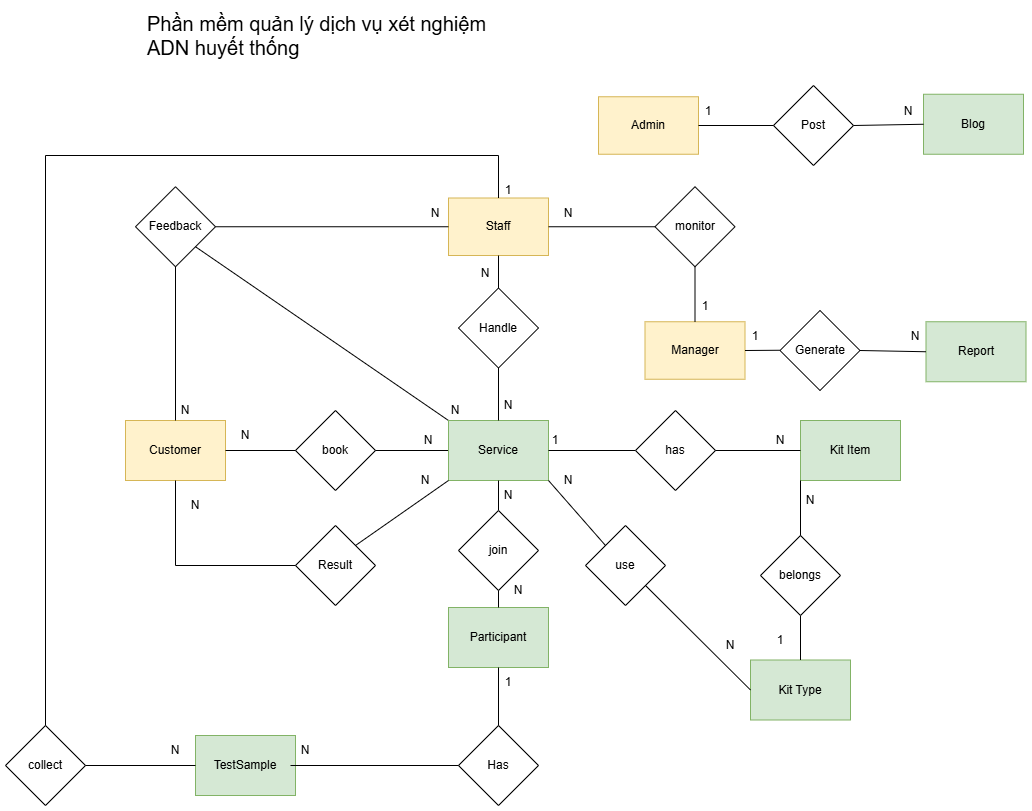
The draw.io diagram ER_SWP391.drawio.png in HuyDev123/SWP391_Team-5, before a commit. Source tidied: cells renumbered, new cells last; positions are measured from the earlier drawing's top-left corner, leaving out a move shared by most shapes. Source of this version:
```xml
<mxGraphModel>
  <root>
    <mxCell id="0" />
    <mxCell id="1" parent="0" />
    <mxCell id="2" value="Customer" style="rounded=0;whiteSpace=wrap;html=1;fillColor=#fff2cc;strokeColor=#d6b656;" parent="1" vertex="1">
      <mxGeometry x="120" y="415" width="100" height="60" as="geometry" />
    </mxCell>
    <mxCell id="3" value="Staff" style="rounded=0;whiteSpace=wrap;html=1;fillColor=#fff2cc;strokeColor=#d6b656;" parent="1" vertex="1">
      <mxGeometry x="443" y="192.5" width="100" height="57.5" as="geometry" />
    </mxCell>
    <mxCell id="4" style="edgeStyle=orthogonalEdgeStyle;rounded=0;orthogonalLoop=1;jettySize=auto;html=1;exitX=0.5;exitY=1;exitDx=0;exitDy=0;" parent="1" edge="1">
      <mxGeometry relative="1" as="geometry">
        <mxPoint x="436" y="679.5" as="sourcePoint" />
        <mxPoint x="436" y="679.5" as="targetPoint" />
      </mxGeometry>
    </mxCell>
    <mxCell id="5" value="book" style="rhombus;whiteSpace=wrap;html=1;" parent="1" vertex="1">
      <mxGeometry x="290" y="405" width="80" height="80" as="geometry" />
    </mxCell>
    <mxCell id="6" value="Result" style="rhombus;whiteSpace=wrap;html=1;" parent="1" vertex="1">
      <mxGeometry x="290" y="520" width="80" height="80" as="geometry" />
    </mxCell>
    <mxCell id="7" style="endArrow=none;html=1;rounded=0;exitX=1;exitY=0.5;exitDx=0;exitDy=0;entryX=0;entryY=0.5;entryDx=0;entryDy=0;" parent="1" edge="1" source="2" target="5">
      <mxGeometry relative="1" as="geometry" />
    </mxCell>
    <mxCell id="8" style="endArrow=none;html=1;rounded=0;exitX=1;exitY=0.5;exitDx=0;exitDy=0;entryX=0;entryY=0.5;entryDx=0;entryDy=0;" parent="1" edge="1" source="5" target="23">
      <mxGeometry relative="1" as="geometry" />
    </mxCell>
    <mxCell id="9" value="N" style="text;html=1;align=center;verticalAlign=middle;whiteSpace=wrap;rounded=0;" parent="1" vertex="1">
      <mxGeometry x="210" y="415" width="60" height="30" as="geometry" />
    </mxCell>
    <mxCell id="10" value="N" style="text;html=1;align=center;verticalAlign=middle;whiteSpace=wrap;rounded=0;" parent="1" vertex="1">
      <mxGeometry x="393" y="420" width="60" height="30" as="geometry" />
    </mxCell>
    <mxCell id="11" value="Handle" style="rhombus;whiteSpace=wrap;html=1;" parent="1" vertex="1">
      <mxGeometry x="453" y="282.5" width="80" height="80" as="geometry" />
    </mxCell>
    <mxCell id="12" style="endArrow=none;html=1;rounded=0;entryX=0.5;entryY=1;entryDx=0;entryDy=0;" parent="1" edge="1" source="11" target="3">
      <mxGeometry relative="1" as="geometry" />
    </mxCell>
    <mxCell id="13" value="N" style="text;html=1;align=center;verticalAlign=middle;whiteSpace=wrap;rounded=0;" parent="1" vertex="1">
      <mxGeometry x="450" y="252.5" width="60" height="30" as="geometry" />
    </mxCell>
    <mxCell id="14" value="Kit Item" style="rounded=0;whiteSpace=wrap;html=1;fillColor=#d5e8d4;strokeColor=#82b366;" parent="1" vertex="1">
      <mxGeometry x="795" y="415" width="100" height="60" as="geometry" />
    </mxCell>
    <mxCell id="15" value="N" style="text;html=1;align=center;verticalAlign=middle;whiteSpace=wrap;rounded=0;" parent="1" vertex="1">
      <mxGeometry x="745" y="420" width="60" height="30" as="geometry" />
    </mxCell>
    <mxCell id="16" value="Feedback" style="rhombus;whiteSpace=wrap;html=1;" parent="1" vertex="1">
      <mxGeometry x="130" y="181.2" width="80" height="80" as="geometry" />
    </mxCell>
    <mxCell id="17" style="endArrow=none;html=1;rounded=0;exitX=0.5;exitY=0;exitDx=0;exitDy=0;entryX=0.5;entryY=1;entryDx=0;entryDy=0;" parent="1" edge="1" source="2" target="16">
      <mxGeometry relative="1" as="geometry" />
    </mxCell>
    <mxCell id="18" style="endArrow=none;html=1;rounded=0;exitX=1;exitY=0.5;exitDx=0;exitDy=0;entryX=0;entryY=0.5;entryDx=0;entryDy=0;" parent="1" edge="1" source="16" target="3">
      <mxGeometry relative="1" as="geometry" />
    </mxCell>
    <mxCell id="19" style="endArrow=none;html=1;rounded=0;entryX=1;entryY=1;entryDx=0;entryDy=0;exitX=0;exitY=0;exitDx=0;exitDy=0;" parent="1" edge="1" source="23" target="16">
      <mxGeometry relative="1" as="geometry" />
    </mxCell>
    <mxCell id="20" value="N" style="text;html=1;align=center;verticalAlign=middle;whiteSpace=wrap;rounded=0;" parent="1" vertex="1">
      <mxGeometry x="150" y="390" width="60" height="30" as="geometry" />
    </mxCell>
    <mxCell id="21" value="N" style="text;html=1;align=center;verticalAlign=middle;whiteSpace=wrap;rounded=0;" parent="1" vertex="1">
      <mxGeometry x="420" y="390" width="60" height="30" as="geometry" />
    </mxCell>
    <mxCell id="22" value="N" style="text;html=1;align=center;verticalAlign=middle;whiteSpace=wrap;rounded=0;" parent="1" vertex="1">
      <mxGeometry x="400" y="192.5" width="60" height="30" as="geometry" />
    </mxCell>
    <mxCell id="23" value="Service" style="rounded=0;whiteSpace=wrap;html=1;fillColor=#d5e8d4;strokeColor=#82b366;" parent="1" vertex="1">
      <mxGeometry x="443" y="415" width="100" height="60" as="geometry" />
    </mxCell>
    <mxCell id="24" value="TestSample" style="rounded=0;whiteSpace=wrap;html=1;fillColor=#d5e8d4;strokeColor=#82b366;" parent="1" vertex="1">
      <mxGeometry x="190" y="730" width="100" height="60" as="geometry" />
    </mxCell>
    <mxCell id="25" value="Has" style="rhombus;whiteSpace=wrap;html=1;" parent="1" vertex="1">
      <mxGeometry x="453" y="720" width="80" height="80" as="geometry" />
    </mxCell>
    <mxCell id="26" style="endArrow=none;html=1;rounded=0;exitX=0;exitY=0.5;exitDx=0;exitDy=0;entryX=0.25;entryY=1;entryDx=0;entryDy=0;" parent="1" edge="1" source="25" target="60">
      <mxGeometry relative="1" as="geometry" />
    </mxCell>
    <mxCell id="27" value="1" style="text;html=1;align=center;verticalAlign=middle;whiteSpace=wrap;rounded=0;" parent="1" vertex="1">
      <mxGeometry x="473" y="662" width="60" height="30" as="geometry" />
    </mxCell>
    <mxCell id="28" value="N" style="text;html=1;align=center;verticalAlign=middle;whiteSpace=wrap;rounded=0;" parent="1" vertex="1">
      <mxGeometry x="533" y="460" width="60" height="30" as="geometry" />
    </mxCell>
    <mxCell id="29" value="Phần mềm quản lý dịch vụ xét nghiệm ADN huyết thống" style="text;whiteSpace=wrap;fontSize=20;" parent="1" vertex="1">
      <mxGeometry x="140" width="360" height="30" as="geometry" />
    </mxCell>
    <mxCell id="30" value="Kit Type" style="rounded=0;whiteSpace=wrap;html=1;fillColor=#d5e8d4;strokeColor=#82b366;" parent="1" vertex="1">
      <mxGeometry x="745" y="654.5" width="100" height="60" as="geometry" />
    </mxCell>
    <mxCell id="31" style="endArrow=none;html=1;rounded=0;entryX=0;entryY=0;entryDx=0;entryDy=0;exitX=1;exitY=1;exitDx=0;exitDy=0;" parent="1" edge="1" source="23" target="32">
      <mxGeometry relative="1" as="geometry" />
    </mxCell>
    <mxCell id="32" value="use" style="rhombus;whiteSpace=wrap;html=1;" parent="1" vertex="1">
      <mxGeometry x="580" y="520" width="80" height="80" as="geometry" />
    </mxCell>
    <mxCell id="33" style="endArrow=none;html=1;rounded=0;entryX=1;entryY=1;entryDx=0;entryDy=0;exitX=0;exitY=0.5;exitDx=0;exitDy=0;" parent="1" edge="1" source="30" target="32">
      <mxGeometry relative="1" as="geometry" />
    </mxCell>
    <mxCell id="34" value="N" style="text;html=1;align=center;verticalAlign=middle;whiteSpace=wrap;rounded=0;" parent="1" vertex="1">
      <mxGeometry x="695" y="624.5" width="60" height="30" as="geometry" />
    </mxCell>
    <mxCell id="35" style="endArrow=none;html=1;rounded=0;exitX=0.5;exitY=0;exitDx=0;exitDy=0;entryX=0.5;entryY=1;entryDx=0;entryDy=0;" parent="1" edge="1" source="30" target="36">
      <mxGeometry relative="1" as="geometry" />
    </mxCell>
    <mxCell id="36" value="belongs" style="rhombus;whiteSpace=wrap;html=1;" parent="1" vertex="1">
      <mxGeometry x="755" y="530" width="80" height="80" as="geometry" />
    </mxCell>
    <mxCell id="37" style="endArrow=none;html=1;rounded=0;exitX=0.5;exitY=0;exitDx=0;exitDy=0;entryX=0;entryY=1;entryDx=0;entryDy=0;" parent="1" edge="1" source="36" target="14">
      <mxGeometry relative="1" as="geometry" />
    </mxCell>
    <mxCell id="38" value="N" style="text;html=1;align=center;verticalAlign=middle;whiteSpace=wrap;rounded=0;" parent="1" vertex="1">
      <mxGeometry x="775" y="480" width="60" height="30" as="geometry" />
    </mxCell>
    <mxCell id="39" value="1" style="text;html=1;align=center;verticalAlign=middle;whiteSpace=wrap;rounded=0;" parent="1" vertex="1">
      <mxGeometry x="745" y="620" width="60" height="30" as="geometry" />
    </mxCell>
    <mxCell id="40" value="Participant" style="rounded=0;whiteSpace=wrap;html=1;fillColor=#d5e8d4;strokeColor=#82b366;" parent="1" vertex="1">
      <mxGeometry x="443" y="602" width="100" height="60" as="geometry" />
    </mxCell>
    <mxCell id="41" style="endArrow=none;html=1;rounded=0;exitX=0.5;exitY=0;exitDx=0;exitDy=0;entryX=0.5;entryY=1;entryDx=0;entryDy=0;" parent="1" edge="1" source="80" target="23">
      <mxGeometry relative="1" as="geometry" />
    </mxCell>
    <mxCell id="42" value="N" style="text;html=1;align=center;verticalAlign=middle;whiteSpace=wrap;rounded=0;" parent="1" vertex="1">
      <mxGeometry x="483" y="570" width="60" height="30" as="geometry" />
    </mxCell>
    <mxCell id="43" style="endArrow=none;html=1;rounded=0;exitX=0.5;exitY=0;exitDx=0;exitDy=0;entryX=0.5;entryY=1;entryDx=0;entryDy=0;" parent="1" edge="1" source="25" target="40">
      <mxGeometry relative="1" as="geometry" />
    </mxCell>
    <mxCell id="44" value="Manager" style="rounded=0;whiteSpace=wrap;html=1;fillColor=#fff2cc;strokeColor=#d6b656;" parent="1" vertex="1">
      <mxGeometry x="639.5" y="316.2" width="100" height="57.5" as="geometry" />
    </mxCell>
    <mxCell id="45" style="endArrow=none;html=1;rounded=0;entryX=1;entryY=0.5;entryDx=0;entryDy=0;" parent="1" edge="1" target="44">
      <mxGeometry relative="1" as="geometry">
        <mxPoint x="774.5" y="344.8" as="sourcePoint" />
      </mxGeometry>
    </mxCell>
    <mxCell id="46" value="Generate" style="rhombus;whiteSpace=wrap;html=1;" parent="1" vertex="1">
      <mxGeometry x="774.5" y="305" width="80" height="80" as="geometry" />
    </mxCell>
    <mxCell id="47" value="Report" style="rounded=0;whiteSpace=wrap;html=1;fillColor=#d5e8d4;strokeColor=#82b366;" parent="1" vertex="1">
      <mxGeometry x="920.5" y="316.2" width="100" height="60" as="geometry" />
    </mxCell>
    <mxCell id="48" style="endArrow=none;html=1;rounded=0;entryX=1;entryY=0.5;entryDx=0;entryDy=0;exitX=0;exitY=0.5;exitDx=0;exitDy=0;" parent="1" edge="1" source="47" target="46">
      <mxGeometry relative="1" as="geometry" />
    </mxCell>
    <mxCell id="49" value="1" style="text;html=1;align=center;verticalAlign=middle;whiteSpace=wrap;rounded=0;" parent="1" vertex="1">
      <mxGeometry x="719.5" y="316.2" width="60" height="30" as="geometry" />
    </mxCell>
    <mxCell id="50" value="N" style="text;html=1;align=center;verticalAlign=middle;whiteSpace=wrap;rounded=0;" parent="1" vertex="1">
      <mxGeometry x="880" y="316.2" width="60" height="30" as="geometry" />
    </mxCell>
    <mxCell id="51" value="Admin" style="rounded=0;whiteSpace=wrap;html=1;fillColor=#fff2cc;strokeColor=#d6b656;" parent="1" vertex="1">
      <mxGeometry x="593" y="91.2" width="100" height="57.5" as="geometry" />
    </mxCell>
    <mxCell id="52" value="Blog" style="rounded=0;whiteSpace=wrap;html=1;fillColor=#d5e8d4;strokeColor=#82b366;" parent="1" vertex="1">
      <mxGeometry x="918" y="88.8" width="100" height="60" as="geometry" />
    </mxCell>
    <mxCell id="53" value="Post" style="rhombus;whiteSpace=wrap;html=1;" parent="1" vertex="1">
      <mxGeometry x="768" y="80" width="80" height="80" as="geometry" />
    </mxCell>
    <mxCell id="54" style="endArrow=none;html=1;rounded=0;entryX=1;entryY=0.5;entryDx=0;entryDy=0;exitX=0;exitY=0.5;exitDx=0;exitDy=0;" parent="1" edge="1" source="53" target="51">
      <mxGeometry relative="1" as="geometry" />
    </mxCell>
    <mxCell id="55" style="endArrow=none;html=1;rounded=0;exitX=0;exitY=0.5;exitDx=0;exitDy=0;entryX=1;entryY=0.5;entryDx=0;entryDy=0;" parent="1" edge="1" source="52" target="53">
      <mxGeometry relative="1" as="geometry" />
    </mxCell>
    <mxCell id="56" value="1" style="text;html=1;align=center;verticalAlign=middle;whiteSpace=wrap;rounded=0;" parent="1" vertex="1">
      <mxGeometry x="673" y="91.2" width="60" height="30" as="geometry" />
    </mxCell>
    <mxCell id="57" value="N" style="text;html=1;align=center;verticalAlign=middle;whiteSpace=wrap;rounded=0;" parent="1" vertex="1">
      <mxGeometry x="873" y="91.2" width="60" height="30" as="geometry" />
    </mxCell>
    <mxCell id="58" style="endArrow=none;html=1;rounded=0;entryX=0;entryY=0.5;entryDx=0;entryDy=0;exitX=1;exitY=0.5;exitDx=0;exitDy=0;" parent="1" edge="1" source="23" target="59">
      <mxGeometry relative="1" as="geometry" />
    </mxCell>
    <mxCell id="59" value="has" style="rhombus;whiteSpace=wrap;html=1;" parent="1" vertex="1">
      <mxGeometry x="630" y="405" width="80" height="80" as="geometry" />
    </mxCell>
    <mxCell id="60" value="N" style="text;html=1;align=center;verticalAlign=middle;whiteSpace=wrap;rounded=0;" parent="1" vertex="1">
      <mxGeometry x="270" y="730" width="60" height="30" as="geometry" />
    </mxCell>
    <mxCell id="61" style="endArrow=none;html=1;rounded=0;entryX=0.5;entryY=0;entryDx=0;entryDy=0;exitX=0.5;exitY=1;exitDx=0;exitDy=0;" parent="1" edge="1" source="11" target="23">
      <mxGeometry relative="1" as="geometry" />
    </mxCell>
    <mxCell id="62" style="endArrow=none;html=1;rounded=0;entryX=1;entryY=0.5;entryDx=0;entryDy=0;exitX=0;exitY=0.5;exitDx=0;exitDy=0;" parent="1" edge="1" source="14" target="59">
      <mxGeometry relative="1" as="geometry" />
    </mxCell>
    <mxCell id="63" value="1" style="text;html=1;align=center;verticalAlign=middle;whiteSpace=wrap;rounded=0;" parent="1" vertex="1">
      <mxGeometry x="520" y="420" width="60" height="30" as="geometry" />
    </mxCell>
    <mxCell id="64" value="N" style="text;html=1;align=center;verticalAlign=middle;whiteSpace=wrap;rounded=0;" parent="1" vertex="1">
      <mxGeometry x="473" y="385" width="60" height="30" as="geometry" />
    </mxCell>
    <mxCell id="65" style="endArrow=none;html=1;rounded=0;entryX=1;entryY=0;entryDx=0;entryDy=0;exitX=0;exitY=1;exitDx=0;exitDy=0;" parent="1" edge="1" source="23" target="6">
      <mxGeometry relative="1" as="geometry" />
    </mxCell>
    <mxCell id="66" style="endArrow=none;html=1;rounded=0;entryX=0;entryY=0.5;entryDx=0;entryDy=0;exitX=0.5;exitY=1;exitDx=0;exitDy=0;" parent="1" edge="1" source="2" target="6">
      <mxGeometry relative="1" as="geometry">
        <Array as="points">
          <mxPoint x="170" y="560" />
        </Array>
      </mxGeometry>
    </mxCell>
    <mxCell id="67" value="N" style="text;html=1;align=center;verticalAlign=middle;whiteSpace=wrap;rounded=0;" parent="1" vertex="1">
      <mxGeometry x="160" y="485" width="60" height="30" as="geometry" />
    </mxCell>
    <mxCell id="68" value="N" style="text;html=1;align=center;verticalAlign=middle;whiteSpace=wrap;rounded=0;" parent="1" vertex="1">
      <mxGeometry x="390" y="460" width="60" height="30" as="geometry" />
    </mxCell>
    <mxCell id="69" style="endArrow=none;html=1;rounded=0;entryX=1;entryY=0.5;entryDx=0;entryDy=0;exitX=0;exitY=0.5;exitDx=0;exitDy=0;" parent="1" edge="1" source="70" target="3">
      <mxGeometry relative="1" as="geometry" />
    </mxCell>
    <mxCell id="70" value="monitor" style="rhombus;whiteSpace=wrap;html=1;" parent="1" vertex="1">
      <mxGeometry x="649.5" y="181.2" width="80" height="80" as="geometry" />
    </mxCell>
    <mxCell id="71" style="endArrow=none;html=1;rounded=0;entryX=0.5;entryY=1;entryDx=0;entryDy=0;exitX=0.5;exitY=0;exitDx=0;exitDy=0;" parent="1" edge="1" source="44" target="70">
      <mxGeometry relative="1" as="geometry" />
    </mxCell>
    <mxCell id="72" value="N" style="text;html=1;align=center;verticalAlign=middle;whiteSpace=wrap;rounded=0;" parent="1" vertex="1">
      <mxGeometry x="533" y="192.5" width="60" height="30" as="geometry" />
    </mxCell>
    <mxCell id="73" value="1" style="text;html=1;align=center;verticalAlign=middle;whiteSpace=wrap;rounded=0;" parent="1" vertex="1">
      <mxGeometry x="669.5" y="286.2" width="60" height="30" as="geometry" />
    </mxCell>
    <mxCell id="74" value="collect" style="rhombus;whiteSpace=wrap;html=1;" parent="1" vertex="1">
      <mxGeometry y="720" width="80" height="80" as="geometry" />
    </mxCell>
    <mxCell id="75" style="endArrow=none;html=1;rounded=0;entryX=0.5;entryY=0;entryDx=0;entryDy=0;exitX=0.5;exitY=0;exitDx=0;exitDy=0;" parent="1" edge="1" source="74" target="3">
      <mxGeometry relative="1" as="geometry">
        <Array as="points">
          <mxPoint x="40" y="150" />
          <mxPoint x="493" y="150" />
        </Array>
      </mxGeometry>
    </mxCell>
    <mxCell id="76" value="1" style="text;html=1;align=center;verticalAlign=middle;whiteSpace=wrap;rounded=0;" parent="1" vertex="1">
      <mxGeometry x="473" y="170" width="60" height="30" as="geometry" />
    </mxCell>
    <mxCell id="77" style="endArrow=none;html=1;rounded=0;exitX=1;exitY=0.5;exitDx=0;exitDy=0;entryX=0;entryY=0.5;entryDx=0;entryDy=0;" parent="1" edge="1" source="74" target="24">
      <mxGeometry relative="1" as="geometry" />
    </mxCell>
    <mxCell id="78" value="N" style="text;html=1;align=center;verticalAlign=middle;whiteSpace=wrap;rounded=0;" parent="1" vertex="1">
      <mxGeometry x="140" y="730" width="60" height="30" as="geometry" />
    </mxCell>
    <mxCell id="79" value="N" style="text;html=1;align=center;verticalAlign=middle;whiteSpace=wrap;rounded=0;" parent="1" vertex="1">
      <mxGeometry x="473" y="475" width="60" height="30" as="geometry" />
    </mxCell>
    <mxCell id="80" value="join" style="rhombus;whiteSpace=wrap;html=1;" parent="1" vertex="1">
      <mxGeometry x="453" y="505" width="80" height="80" as="geometry" />
    </mxCell>
    <mxCell id="81" style="endArrow=none;html=1;rounded=0;exitX=0.5;exitY=1;exitDx=0;exitDy=0;entryX=0.5;entryY=0;entryDx=0;entryDy=0;" parent="1" edge="1" source="80" target="40">
      <mxGeometry relative="1" as="geometry" />
    </mxCell>
  </root>
</mxGraphModel>
```
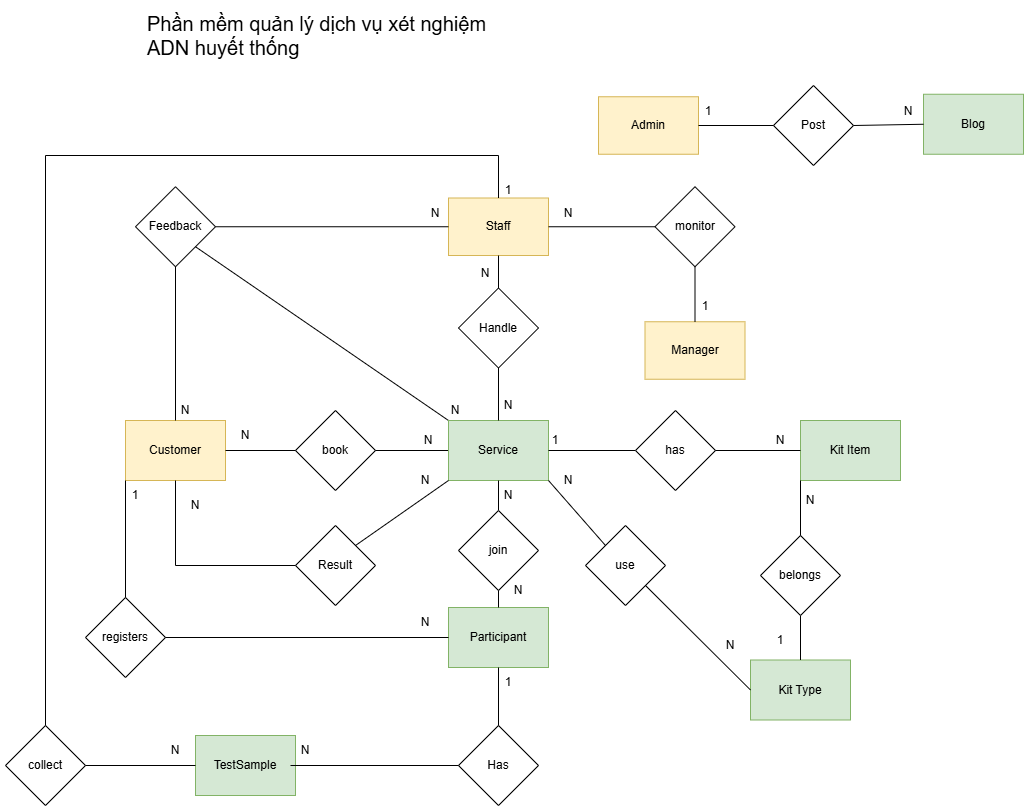
Above is the later version.

The edit, as a diff of the source:
```diff
@@ -134,26 +134,6 @@
     <mxCell id="44" value="Manager" style="rounded=0;whiteSpace=wrap;html=1;fillColor=#fff2cc;strokeColor=#d6b656;" parent="1" vertex="1">
       <mxGeometry x="639.5" y="316.2" width="100" height="57.5" as="geometry" />
     </mxCell>
-    <mxCell id="45" style="endArrow=none;html=1;rounded=0;entryX=1;entryY=0.5;entryDx=0;entryDy=0;" parent="1" edge="1" target="44">
-      <mxGeometry relative="1" as="geometry">
-        <mxPoint x="774.5" y="344.8" as="sourcePoint" />
-      </mxGeometry>
-    </mxCell>
-    <mxCell id="46" value="Generate" style="rhombus;whiteSpace=wrap;html=1;" parent="1" vertex="1">
-      <mxGeometry x="774.5" y="305" width="80" height="80" as="geometry" />
-    </mxCell>
-    <mxCell id="47" value="Report" style="rounded=0;whiteSpace=wrap;html=1;fillColor=#d5e8d4;strokeColor=#82b366;" parent="1" vertex="1">
-      <mxGeometry x="920.5" y="316.2" width="100" height="60" as="geometry" />
-    </mxCell>
-    <mxCell id="48" style="endArrow=none;html=1;rounded=0;entryX=1;entryY=0.5;entryDx=0;entryDy=0;exitX=0;exitY=0.5;exitDx=0;exitDy=0;" parent="1" edge="1" source="47" target="46">
-      <mxGeometry relative="1" as="geometry" />
-    </mxCell>
-    <mxCell id="49" value="1" style="text;html=1;align=center;verticalAlign=middle;whiteSpace=wrap;rounded=0;" parent="1" vertex="1">
-      <mxGeometry x="719.5" y="316.2" width="60" height="30" as="geometry" />
-    </mxCell>
-    <mxCell id="50" value="N" style="text;html=1;align=center;verticalAlign=middle;whiteSpace=wrap;rounded=0;" parent="1" vertex="1">
-      <mxGeometry x="880" y="316.2" width="60" height="30" as="geometry" />
-    </mxCell>
     <mxCell id="51" value="Admin" style="rounded=0;whiteSpace=wrap;html=1;fillColor=#fff2cc;strokeColor=#d6b656;" parent="1" vertex="1">
       <mxGeometry x="593" y="91.2" width="100" height="57.5" as="geometry" />
     </mxCell>
@@ -256,5 +236,20 @@
     <mxCell id="81" style="endArrow=none;html=1;rounded=0;exitX=0.5;exitY=1;exitDx=0;exitDy=0;entryX=0.5;entryY=0;entryDx=0;entryDy=0;" parent="1" edge="1" source="80" target="40">
       <mxGeometry relative="1" as="geometry" />
     </mxCell>
+    <mxCell id="82" value="registers" style="rhombus;whiteSpace=wrap;html=1;" parent="1" vertex="1">
+      <mxGeometry x="80" y="592" width="80" height="80" as="geometry" />
+    </mxCell>
+    <mxCell id="83" style="endArrow=none;html=1;rounded=0;exitX=0;exitY=0.5;exitDx=0;exitDy=0;entryX=1;entryY=0.5;entryDx=0;entryDy=0;" parent="1" edge="1" source="40" target="82">
+      <mxGeometry relative="1" as="geometry" />
+    </mxCell>
+    <mxCell id="84" style="endArrow=none;html=1;rounded=0;exitX=0;exitY=1;exitDx=0;exitDy=0;entryX=0.5;entryY=0;entryDx=0;entryDy=0;" parent="1" edge="1" source="2" target="82">
+      <mxGeometry relative="1" as="geometry" />
+    </mxCell>
+    <mxCell id="50" value="N" style="text;html=1;align=center;verticalAlign=middle;whiteSpace=wrap;rounded=0;" parent="1" vertex="1">
+      <mxGeometry x="390" y="602" width="60" height="30" as="geometry" />
+    </mxCell>
+    <mxCell id="49" value="1" style="text;html=1;align=center;verticalAlign=middle;whiteSpace=wrap;rounded=0;" parent="1" vertex="1">
+      <mxGeometry x="100" y="475" width="60" height="30" as="geometry" />
+    </mxCell>
   </root>
 </mxGraphModel>
```
